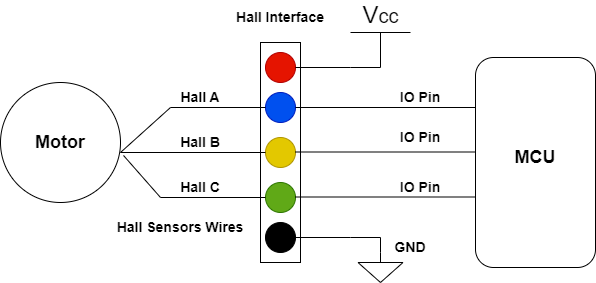
Above: images/reading_hall_sensors.png in microchip-pic-avr-examples/avr16eb32-bldc-pmsm-motor-control-demo (draw.io), before the change. Source tidied: cells renumbered, new cells last; positions are measured from the earlier drawing's top-left corner, leaving out a move shared by most shapes. Its diagram source:
```xml
<mxGraphModel>
  <root>
    <mxCell id="0" />
    <mxCell id="1" parent="0" />
    <mxCell id="2" style="rounded=0;whiteSpace=wrap;html=1;rotation=90;" parent="1" vertex="1">
      <mxGeometry x="170" y="130" width="220" height="40" as="geometry" />
    </mxCell>
    <mxCell id="3" style="ellipse;whiteSpace=wrap;html=1;fillColor=#e51400;fontColor=#ffffff;strokeColor=#B20000;" parent="1" vertex="1">
      <mxGeometry x="265" y="50" width="30" height="30" as="geometry" />
    </mxCell>
    <mxCell id="4" style="ellipse;whiteSpace=wrap;html=1;fillColor=#0050ef;fontColor=#ffffff;strokeColor=#001DBC;" parent="1" vertex="1">
      <mxGeometry x="265" y="90" width="30" height="30" as="geometry" />
    </mxCell>
    <mxCell id="5" style="ellipse;whiteSpace=wrap;html=1;fillColor=#e3c800;fontColor=#000000;strokeColor=#B09500;" parent="1" vertex="1">
      <mxGeometry x="265" y="135" width="30" height="30" as="geometry" />
    </mxCell>
    <mxCell id="6" style="ellipse;whiteSpace=wrap;html=1;fillColor=#60a917;fontColor=#ffffff;strokeColor=#2D7600;" parent="1" vertex="1">
      <mxGeometry x="265" y="180" width="30" height="30" as="geometry" />
    </mxCell>
    <mxCell id="7" style="ellipse;whiteSpace=wrap;html=1;fillColor=#000000;" parent="1" vertex="1">
      <mxGeometry x="265" y="220" width="30" height="30" as="geometry" />
    </mxCell>
    <mxCell id="8" style="endArrow=none;html=1;rounded=0;" parent="1" edge="1" target="3">
      <mxGeometry relative="1" as="geometry">
        <mxPoint x="380" y="40" as="sourcePoint" />
        <Array as="points">
          <mxPoint x="380" y="65" />
          <mxPoint x="350" y="65" />
        </Array>
      </mxGeometry>
    </mxCell>
    <mxCell id="9" value="V&lt;span style=&quot;font-size: 20px;&quot;&gt;cc&lt;/span&gt;" style="verticalLabelPosition=top;verticalAlign=bottom;shape=mxgraph.electrical.signal_sources.vdd;shadow=0;dashed=0;align=center;strokeWidth=1;fontSize=24;html=1;flipV=1;" parent="1" vertex="1">
      <mxGeometry x="350" y="30" width="60" height="20" as="geometry" />
    </mxCell>
    <mxCell id="10" style="verticalLabelPosition=bottom;shadow=0;dashed=0;align=center;html=1;verticalAlign=top;shape=mxgraph.electrical.signal_sources.signal_ground;" parent="1" vertex="1">
      <mxGeometry x="357.5" y="250" width="45" height="30" as="geometry" />
    </mxCell>
    <mxCell id="11" style="endArrow=none;html=1;rounded=0;entryX=0.5;entryY=0;entryDx=0;entryDy=0;entryPerimeter=0;" parent="1" edge="1" source="7" target="10">
      <mxGeometry relative="1" as="geometry">
        <Array as="points">
          <mxPoint x="350" y="235" />
          <mxPoint x="380" y="235" />
        </Array>
      </mxGeometry>
    </mxCell>
    <mxCell id="12" value="&lt;font style=&quot;font-size: 18px;&quot;&gt;&lt;b&gt;Motor&lt;/b&gt;&lt;/font&gt;" style="ellipse;whiteSpace=wrap;html=1;" parent="1" vertex="1">
      <mxGeometry y="80" width="120" height="120" as="geometry" />
    </mxCell>
    <mxCell id="13" style="endArrow=none;html=1;rounded=0;" parent="1" edge="1" target="4">
      <mxGeometry relative="1" as="geometry">
        <mxPoint x="120" y="150" as="sourcePoint" />
        <Array as="points">
          <mxPoint x="170" y="105" />
        </Array>
      </mxGeometry>
    </mxCell>
    <mxCell id="14" style="endArrow=none;html=1;rounded=0;" parent="1" edge="1" target="5">
      <mxGeometry relative="1" as="geometry">
        <mxPoint x="120" y="150" as="sourcePoint" />
      </mxGeometry>
    </mxCell>
    <mxCell id="15" style="endArrow=none;html=1;rounded=0;entryX=1.025;entryY=0.608;entryDx=0;entryDy=0;entryPerimeter=0;" parent="1" edge="1" source="6" target="12">
      <mxGeometry relative="1" as="geometry">
        <Array as="points">
          <mxPoint x="160" y="195" />
        </Array>
      </mxGeometry>
    </mxCell>
    <mxCell id="16" value="&lt;font style=&quot;font-size: 14px;&quot;&gt;&lt;b&gt;Hall Sensors Wires&lt;/b&gt;&lt;/font&gt;" style="text;html=1;strokeColor=none;fillColor=none;align=center;verticalAlign=middle;whiteSpace=wrap;rounded=0;" parent="1" vertex="1">
      <mxGeometry x="110" y="210" width="140" height="30" as="geometry" />
    </mxCell>
    <mxCell id="17" value="&lt;font style=&quot;font-size: 14px;&quot;&gt;&lt;b&gt;Hall Interface&lt;/b&gt;&lt;/font&gt;" style="text;html=1;strokeColor=none;fillColor=none;align=center;verticalAlign=middle;whiteSpace=wrap;rounded=0;" parent="1" vertex="1">
      <mxGeometry x="210" width="140" height="30" as="geometry" />
    </mxCell>
    <mxCell id="18" style="endArrow=none;html=1;rounded=0;" parent="1" edge="1" source="4">
      <mxGeometry relative="1" as="geometry">
        <mxPoint x="480" y="105" as="targetPoint" />
      </mxGeometry>
    </mxCell>
    <mxCell id="19" style="endArrow=none;html=1;rounded=0;" parent="1" edge="1">
      <mxGeometry relative="1" as="geometry">
        <mxPoint x="295" y="149.5" as="sourcePoint" />
        <mxPoint x="480" y="149.5" as="targetPoint" />
      </mxGeometry>
    </mxCell>
    <mxCell id="20" style="endArrow=none;html=1;rounded=0;" parent="1" edge="1">
      <mxGeometry relative="1" as="geometry">
        <mxPoint x="295" y="194.5" as="sourcePoint" />
        <mxPoint x="480" y="194.5" as="targetPoint" />
      </mxGeometry>
    </mxCell>
    <mxCell id="21" style="rounded=1;whiteSpace=wrap;html=1;rotation=-90;" parent="1" vertex="1">
      <mxGeometry x="430" y="100" width="210" height="120" as="geometry" />
    </mxCell>
    <mxCell id="22" value="&lt;font style=&quot;font-size: 18px;&quot;&gt;&lt;b&gt;MCU&lt;/b&gt;&lt;/font&gt;" style="text;html=1;strokeColor=none;fillColor=none;align=center;verticalAlign=middle;whiteSpace=wrap;rounded=0;" parent="1" vertex="1">
      <mxGeometry x="505" y="140" width="60" height="30" as="geometry" />
    </mxCell>
    <mxCell id="23" value="&lt;font style=&quot;font-size: 14px;&quot;&gt;&lt;b&gt;IO Pin&lt;/b&gt;&lt;/font&gt;" style="text;html=1;strokeColor=none;fillColor=none;align=center;verticalAlign=middle;whiteSpace=wrap;rounded=0;" parent="1" vertex="1">
      <mxGeometry x="350" y="80" width="140" height="30" as="geometry" />
    </mxCell>
    <mxCell id="24" value="&lt;font style=&quot;font-size: 14px;&quot;&gt;&lt;b&gt;IO Pin&lt;/b&gt;&lt;/font&gt;" style="text;html=1;strokeColor=none;fillColor=none;align=center;verticalAlign=middle;whiteSpace=wrap;rounded=0;" parent="1" vertex="1">
      <mxGeometry x="350" y="120" width="140" height="30" as="geometry" />
    </mxCell>
    <mxCell id="25" value="&lt;font style=&quot;font-size: 14px;&quot;&gt;&lt;b&gt;IO Pin&lt;/b&gt;&lt;/font&gt;" style="text;html=1;strokeColor=none;fillColor=none;align=center;verticalAlign=middle;whiteSpace=wrap;rounded=0;" parent="1" vertex="1">
      <mxGeometry x="350" y="170" width="140" height="30" as="geometry" />
    </mxCell>
    <mxCell id="26" value="&lt;font style=&quot;font-size: 14px;&quot;&gt;&lt;b&gt;GND&lt;/b&gt;&lt;/font&gt;" style="text;html=1;strokeColor=none;fillColor=none;align=center;verticalAlign=middle;whiteSpace=wrap;rounded=0;" parent="1" vertex="1">
      <mxGeometry x="380" y="230" width="60" height="30" as="geometry" />
    </mxCell>
    <mxCell id="27" value="&lt;font style=&quot;font-size: 14px;&quot;&gt;&lt;b&gt;Hall A&lt;/b&gt;&lt;/font&gt;" style="text;html=1;strokeColor=none;fillColor=none;align=center;verticalAlign=middle;whiteSpace=wrap;rounded=0;" parent="1" vertex="1">
      <mxGeometry x="130" y="80" width="140" height="30" as="geometry" />
    </mxCell>
    <mxCell id="28" value="&lt;font style=&quot;font-size: 14px;&quot;&gt;&lt;b&gt;Hall B&lt;/b&gt;&lt;/font&gt;" style="text;html=1;strokeColor=none;fillColor=none;align=center;verticalAlign=middle;whiteSpace=wrap;rounded=0;" parent="1" vertex="1">
      <mxGeometry x="130" y="125" width="140" height="30" as="geometry" />
    </mxCell>
    <mxCell id="29" value="&lt;font style=&quot;font-size: 14px;&quot;&gt;&lt;b&gt;Hall C&lt;/b&gt;&lt;/font&gt;" style="text;html=1;strokeColor=none;fillColor=none;align=center;verticalAlign=middle;whiteSpace=wrap;rounded=0;" parent="1" vertex="1">
      <mxGeometry x="130" y="170" width="140" height="30" as="geometry" />
    </mxCell>
  </root>
</mxGraphModel>
```
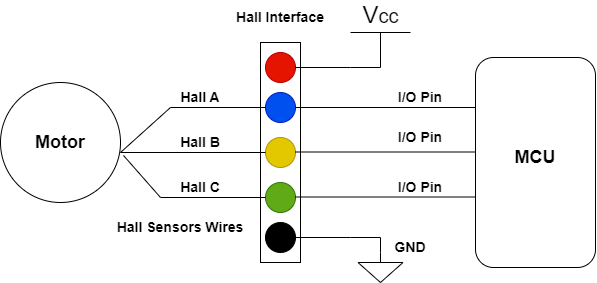
Above is the later version.

The edit, as a diff of the source:
```diff
@@ -95,13 +95,13 @@
     <mxCell id="22" value="&lt;font style=&quot;font-size: 18px;&quot;&gt;&lt;b&gt;MCU&lt;/b&gt;&lt;/font&gt;" style="text;html=1;strokeColor=none;fillColor=none;align=center;verticalAlign=middle;whiteSpace=wrap;rounded=0;" parent="1" vertex="1">
       <mxGeometry x="505" y="140" width="60" height="30" as="geometry" />
     </mxCell>
-    <mxCell id="23" value="&lt;font style=&quot;font-size: 14px;&quot;&gt;&lt;b&gt;IO Pin&lt;/b&gt;&lt;/font&gt;" style="text;html=1;strokeColor=none;fillColor=none;align=center;verticalAlign=middle;whiteSpace=wrap;rounded=0;" parent="1" vertex="1">
+    <mxCell id="23" value="&lt;font style=&quot;font-size: 14px;&quot;&gt;&lt;b&gt;I/O Pin&lt;/b&gt;&lt;/font&gt;" style="text;html=1;strokeColor=none;fillColor=none;align=center;verticalAlign=middle;whiteSpace=wrap;rounded=0;" parent="1" vertex="1">
       <mxGeometry x="350" y="80" width="140" height="30" as="geometry" />
     </mxCell>
-    <mxCell id="24" value="&lt;font style=&quot;font-size: 14px;&quot;&gt;&lt;b&gt;IO Pin&lt;/b&gt;&lt;/font&gt;" style="text;html=1;strokeColor=none;fillColor=none;align=center;verticalAlign=middle;whiteSpace=wrap;rounded=0;" parent="1" vertex="1">
+    <mxCell id="24" value="&lt;font style=&quot;font-size: 14px;&quot;&gt;&lt;b&gt;I/O Pin&lt;/b&gt;&lt;/font&gt;" style="text;html=1;strokeColor=none;fillColor=none;align=center;verticalAlign=middle;whiteSpace=wrap;rounded=0;" parent="1" vertex="1">
       <mxGeometry x="350" y="120" width="140" height="30" as="geometry" />
     </mxCell>
-    <mxCell id="25" value="&lt;font style=&quot;font-size: 14px;&quot;&gt;&lt;b&gt;IO Pin&lt;/b&gt;&lt;/font&gt;" style="text;html=1;strokeColor=none;fillColor=none;align=center;verticalAlign=middle;whiteSpace=wrap;rounded=0;" parent="1" vertex="1">
+    <mxCell id="25" value="&lt;font style=&quot;font-size: 14px;&quot;&gt;&lt;b&gt;I/O Pin&lt;/b&gt;&lt;/font&gt;" style="text;html=1;strokeColor=none;fillColor=none;align=center;verticalAlign=middle;whiteSpace=wrap;rounded=0;" parent="1" vertex="1">
       <mxGeometry x="350" y="170" width="140" height="30" as="geometry" />
     </mxCell>
     <mxCell id="26" value="&lt;font style=&quot;font-size: 14px;&quot;&gt;&lt;b&gt;GND&lt;/b&gt;&lt;/font&gt;" style="text;html=1;strokeColor=none;fillColor=none;align=center;verticalAlign=middle;whiteSpace=wrap;rounded=0;" parent="1" vertex="1">
```
